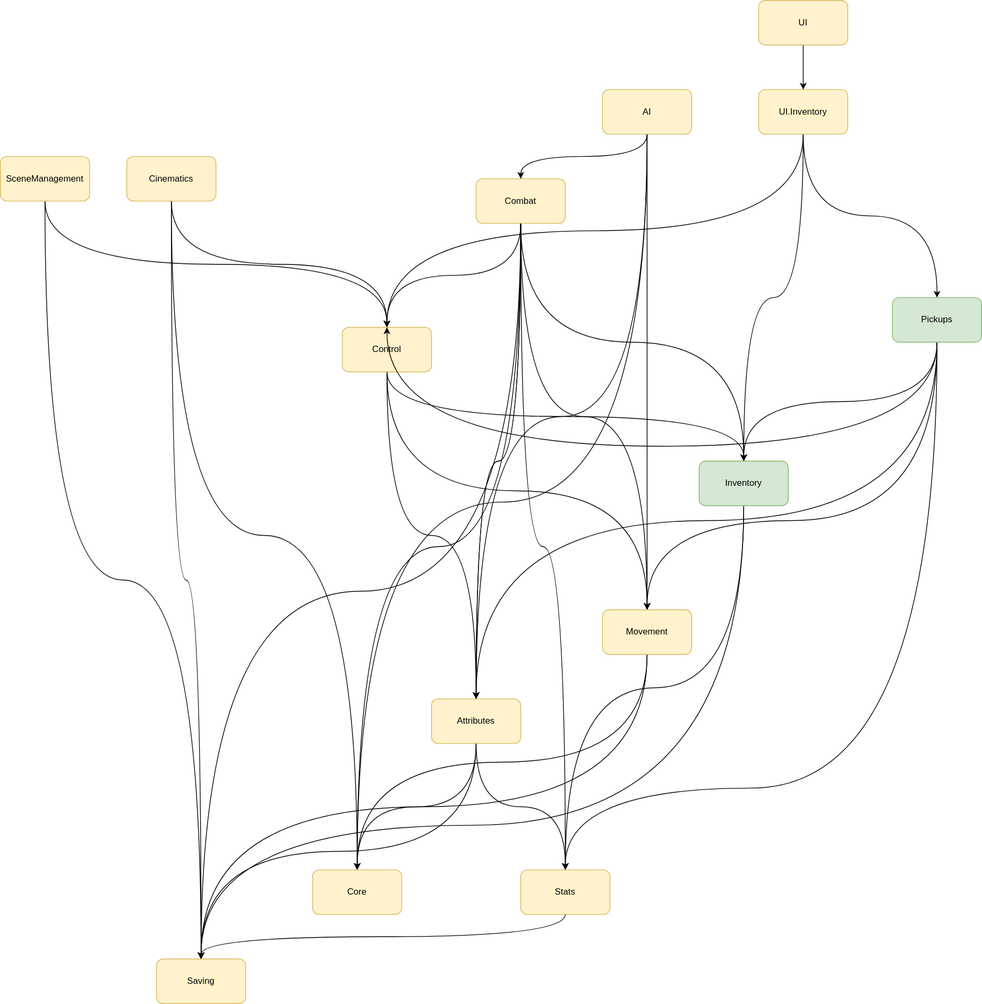
ipevr/RPG-2024 keeps this draw.io diagram as Assets/Architecture/architecture.svg. Above is the earlier version. Source tidied: cells renumbered, new cells last; positions are measured from the earlier drawing's top-left corner, leaving out a move shared by most shapes.
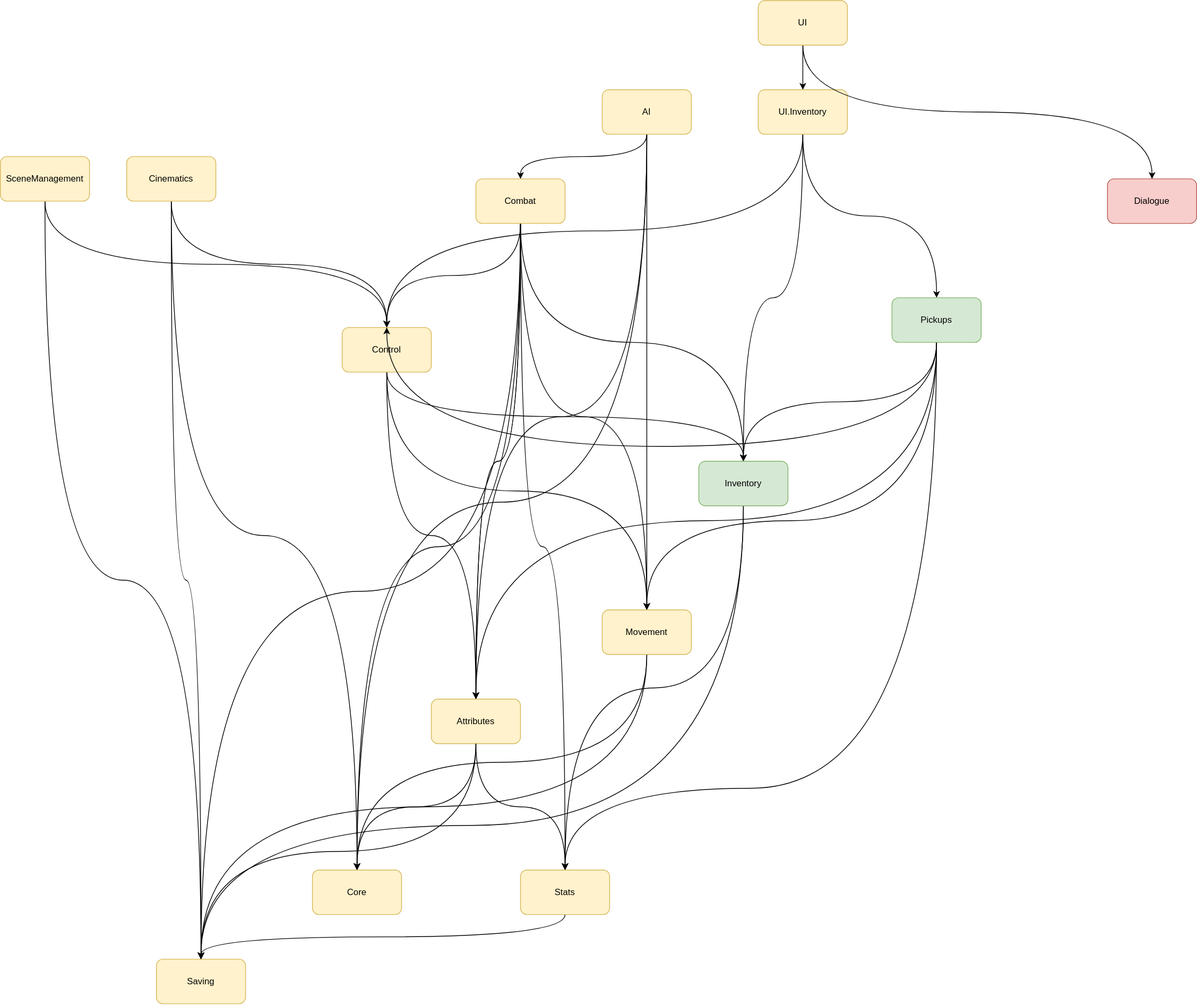
Later version of the same file.

Commit message:
Added Dialogue Editor

Change to the diagram source:
```diff
@@ -172,8 +172,14 @@
     <mxCell id="51" style="edgeStyle=orthogonalEdgeStyle;curved=1;rounded=0;jettySize=auto;html=1;exitX=0.5;exitY=1;exitDx=0;exitDy=0;entryX=0.5;entryY=0;entryDx=0;entryDy=0;" parent="1" edge="1" source="52" target="35">
       <mxGeometry relative="1" as="geometry" />
     </mxCell>
+    <mxCell id="53" style="edgeStyle=orthogonalEdgeStyle;curved=1;rounded=0;jettySize=auto;html=1;exitX=0.5;exitY=1;exitDx=0;exitDy=0;entryX=0.5;entryY=0;entryDx=0;entryDy=0;" parent="1" edge="1" source="52" target="54">
+      <mxGeometry relative="1" as="geometry" />
+    </mxCell>
     <mxCell id="52" value="UI" style="rounded=1;whiteSpace=wrap;html=1;fillColor=#fff2cc;strokeColor=#d6b656;" parent="1" vertex="1">
       <mxGeometry x="1020" width="120" height="60" as="geometry" />
     </mxCell>
+    <mxCell id="54" value="Dialogue" style="rounded=1;whiteSpace=wrap;html=1;fillColor=#f8cecc;strokeColor=#b85450;" parent="1" vertex="1">
+      <mxGeometry x="1490" y="240" width="120" height="60" as="geometry" />
+    </mxCell>
   </root>
 </mxGraphModel>
```
